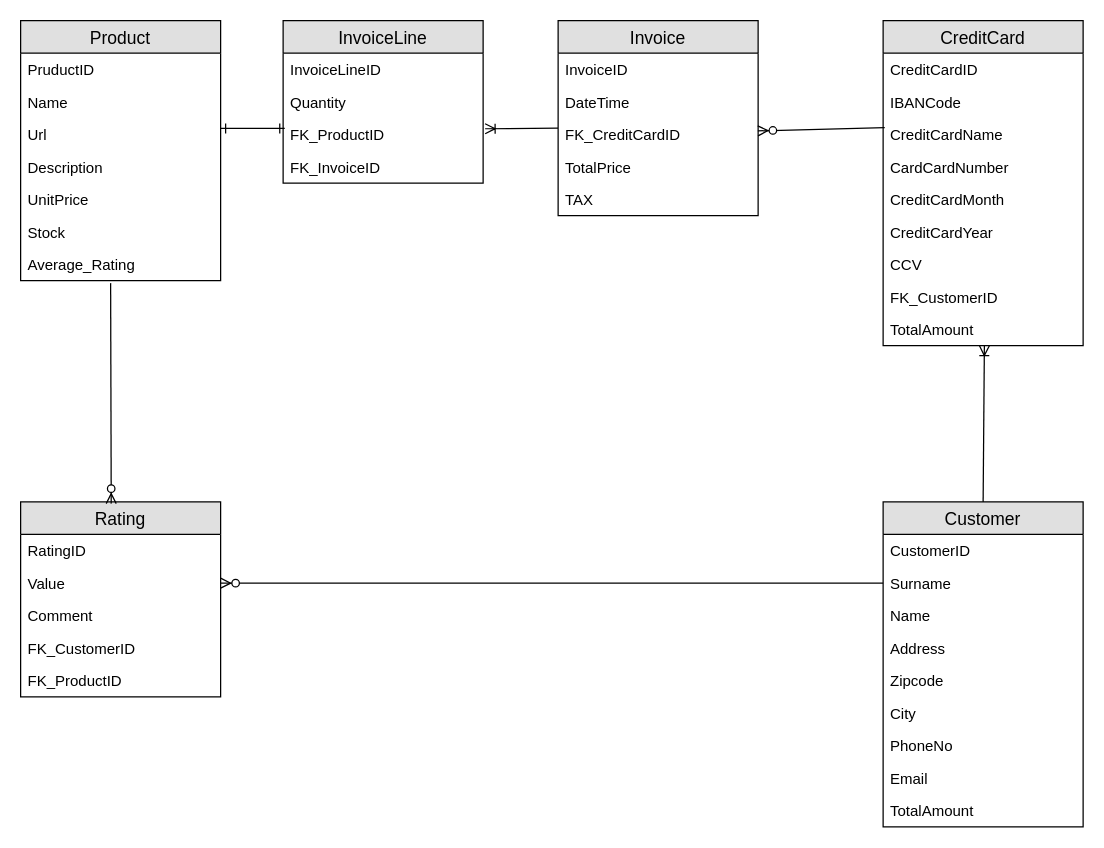
Before: Database/ER_Diagram.drawio in Jane1979/Database, a draw.io diagram. Source tidied: cells renumbered, new cells numbered last; positions are measured from the earlier drawing's top-left corner, leaving out a move shared by most shapes. Both pictures are drawn from the tidied source at 125%, with x=0, y=0 at pixel (20, 20).
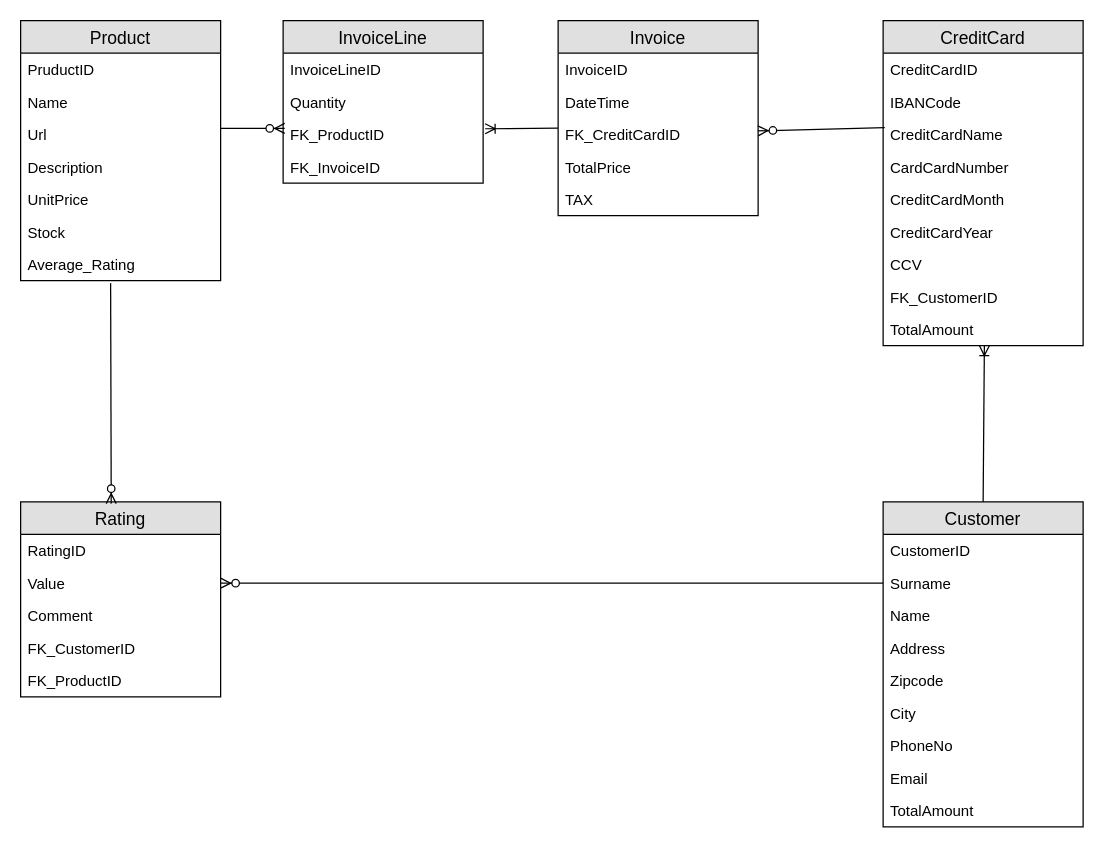
The same diagram, later.

What changed in the source:
```diff
@@
-    <mxCell id="50" style="fontSize=12;html=1;endArrow=ERone;strokeWidth=1;exitX=1;exitY=0.97;exitDx=0;exitDy=0;entryX=0.008;entryY=-0.03;entryDx=0;entryDy=0;endFill=0;entryPerimeter=0;exitPerimeter=0;startArrow=ERone;startFill=0;" parent="1" edge="1">
+    <mxCell id="50" style="fontSize=12;html=1;endArrow=ERzeroToMany;strokeWidth=1;exitX=1;exitY=0.97;exitDx=0;exitDy=0;entryX=0.008;entryY=-0.03;entryDx=0;entryDy=0;endFill=1;entryPerimeter=0;exitPerimeter=0;startArrow=none;startFill=0;" parent="1" edge="1">
       <mxGeometry relative="1" as="geometry">
         <mxPoint x="160" y="86.2" as="sourcePoint" />
         <mxPoint x="211.3" y="86.2" as="targetPoint" />
       </mxGeometry>
     </mxCell>
```
